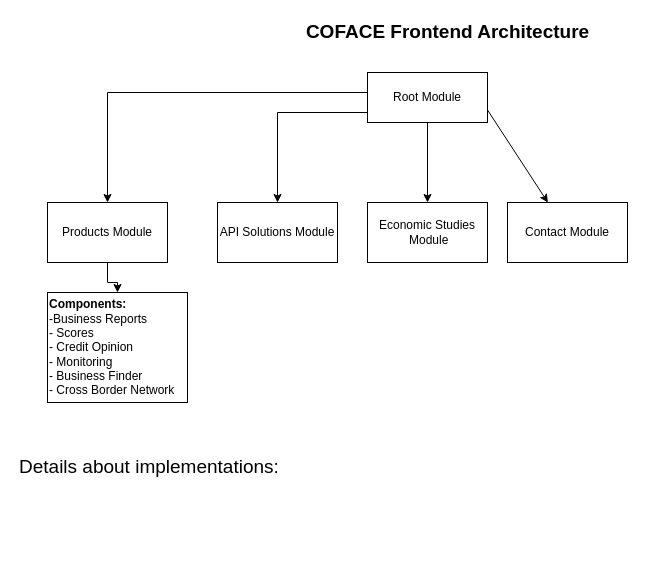
valikonen/coface keeps this draw.io diagram as Untitled Diagram.drawio. Above is the earlier version. Source tidied: cells renumbered, new cells numbered last; positions are measured from the earlier drawing's top-left corner, leaving out a move shared by most shapes. Both pictures are drawn from the tidied source at 100%, with x=0, y=0 at pixel (17, 17).
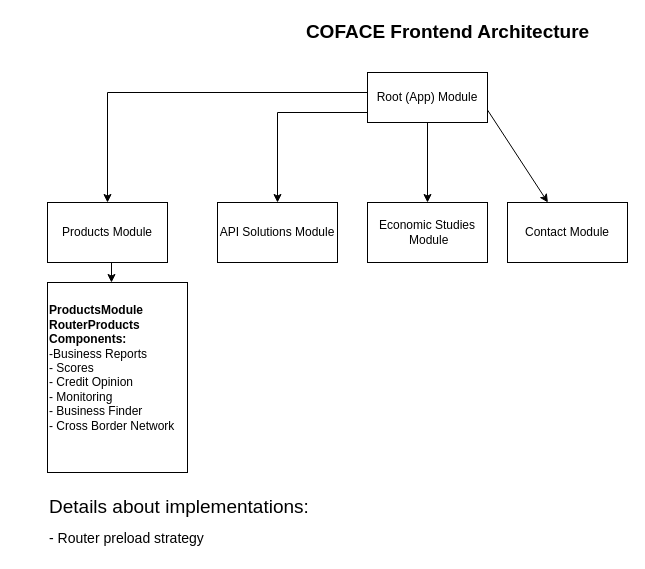
Above is the later version.

Diff of the diagram source:
```diff
@@
 <mxGraphModel>
   <root>
     <mxCell id="0" />
     <mxCell id="1" parent="0" />
     <mxCell id="2" style="edgeStyle=orthogonalEdgeStyle;rounded=0;jettySize=auto;html=1;exitX=0;exitY=1;exitDx=0;exitDy=0;" parent="1" edge="1" source="4" target="6">
       <mxGeometry relative="1" as="geometry">
         <Array as="points">
           <mxPoint x="350" y="75" />
           <mxPoint x="90" y="75" />
         </Array>
       </mxGeometry>
     </mxCell>
     <mxCell id="3" style="edgeStyle=orthogonalEdgeStyle;rounded=0;jettySize=auto;html=1;exitX=0.5;exitY=1;exitDx=0;exitDy=0;" parent="1" edge="1" source="4" target="8">
       <mxGeometry relative="1" as="geometry">
         <Array as="points">
           <mxPoint x="410" y="95" />
           <mxPoint x="260" y="95" />
         </Array>
       </mxGeometry>
     </mxCell>
-    <mxCell id="4" value="Root Module" style="rounded=0;whiteSpace=wrap;html=1;" parent="1" vertex="1">
+    <mxCell id="4" value="Root (App) Module" style="rounded=0;whiteSpace=wrap;html=1;" parent="1" vertex="1">
       <mxGeometry x="350" y="55" width="120" height="50" as="geometry" />
     </mxCell>
-    <mxCell id="5" style="edgeStyle=orthogonalEdgeStyle;rounded=0;jettySize=auto;html=1;exitX=0.5;exitY=1;exitDx=0;exitDy=0;" parent="1" edge="1" source="6" target="7">
+    <mxCell id="5" style="edgeStyle=orthogonalEdgeStyle;rounded=0;jettySize=auto;html=1;exitX=0.5;exitY=1;exitDx=0;exitDy=0;entryX=0.457;entryY=0;entryDx=0;entryDy=0;entryPerimeter=0;" parent="1" edge="1" source="6" target="7">
       <mxGeometry relative="1" as="geometry" />
     </mxCell>
     <mxCell id="6" value="Products Module&lt;br&gt;" style="rounded=0;whiteSpace=wrap;html=1;" parent="1" vertex="1">
       <mxGeometry x="30" y="185" width="120" height="60" as="geometry" />
     </mxCell>
-    <mxCell id="7" value="&lt;b&gt;Components:&lt;/b&gt;&lt;br&gt;-Business Reports&lt;br&gt;- Scores&lt;br&gt;- Credit Opinion&lt;br&gt;- Monitoring&lt;br&gt;- Business Finder&lt;br&gt;- Cross Border Network" style="rounded=0;whiteSpace=wrap;html=1;align=left;" parent="1" vertex="1">
-      <mxGeometry x="30" y="275" width="140" height="110" as="geometry" />
+    <mxCell id="7" value="&lt;b&gt;&lt;br&gt;ProductsModule&lt;br&gt;RouterProducts&lt;br&gt;Components:&lt;/b&gt;&lt;br&gt;-Business Reports&lt;br&gt;- Scores&lt;br&gt;- Credit Opinion&lt;br&gt;- Monitoring&lt;br&gt;- Business Finder&lt;br&gt;- Cross Border Network" style="rounded=0;whiteSpace=wrap;html=1;align=left;verticalAlign=top;" parent="1" vertex="1">
+      <mxGeometry x="30" y="265" width="140" height="190" as="geometry" />
     </mxCell>
     <mxCell id="8" value="API Solutions Module" style="rounded=0;whiteSpace=wrap;html=1;" parent="1" vertex="1">
       <mxGeometry x="200" y="185" width="120" height="60" as="geometry" />
     </mxCell>
     <mxCell id="9" style="endArrow=classic;html=1;exitX=0.5;exitY=1;exitDx=0;exitDy=0;" parent="1" edge="1" source="4">
       <mxGeometry relative="1" as="geometry">
         <mxPoint x="410" y="185" as="targetPoint" />
       </mxGeometry>
     </mxCell>
     <mxCell id="10" value="Economic Studies&lt;br&gt;&amp;nbsp;Module" style="rounded=0;whiteSpace=wrap;html=1;" parent="1" vertex="1">
       <mxGeometry x="350" y="185" width="120" height="60" as="geometry" />
     </mxCell>
     <mxCell id="11" style="endArrow=classic;html=1;exitX=1;exitY=0.75;exitDx=0;exitDy=0;" parent="1" edge="1" source="4" target="12">
       <mxGeometry relative="1" as="geometry" />
     </mxCell>
     <mxCell id="12" value="Contact Module" style="rounded=0;whiteSpace=wrap;html=1;" parent="1" vertex="1">
       <mxGeometry x="490" y="185" width="120" height="60" as="geometry" />
     </mxCell>
     <mxCell id="13" value="COFACE Frontend Architecture" style="text;html=1;align=center;verticalAlign=middle;fontSize=19;fontStyle=1;" parent="1" vertex="1">
       <mxGeometry x="280" width="300" height="30" as="geometry" />
     </mxCell>
     <mxCell id="14" value="Details about implementations:" style="text;html=1;align=left;verticalAlign=middle;fontSize=19;" parent="1" vertex="1">
-      <mxGeometry y="435" width="280" height="30" as="geometry" />
+      <mxGeometry x="30" y="475" width="280" height="30" as="geometry" />
     </mxCell>
+    <mxCell id="15" value="&lt;font style=&quot;font-size: 14px&quot;&gt;- Router preload strategy&lt;/font&gt;" style="text;html=1;align=left;verticalAlign=middle;fontSize=19;" parent="1" vertex="1">
+      <mxGeometry x="30" y="505" width="170" height="30" as="geometry" />
+    </mxCell>
   </root>
 </mxGraphModel>
```
